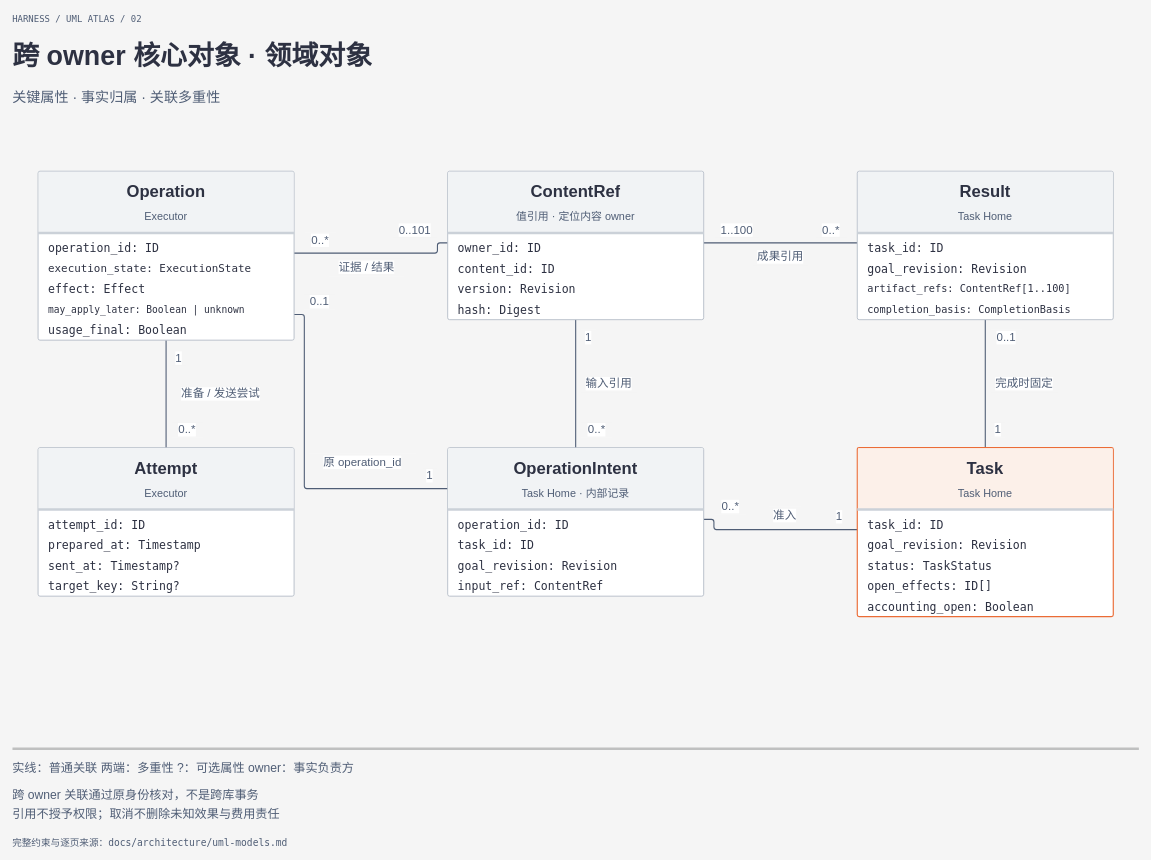
Earlier version of the draw.io diagram page "02 跨 owner 核心对象 · 领域对象" (2 of 20) of docs/architecture/diagrams/uml-models.drawio (ruipengliu/lerna). Source tidied: cells renumbered, new cells numbered last; positions are measured from the earlier drawing's top-left corner, leaving out a move shared by most shapes. Both pictures are drawn from the tidied source at 64%, with x=0, y=0 at pixel (12, 11).
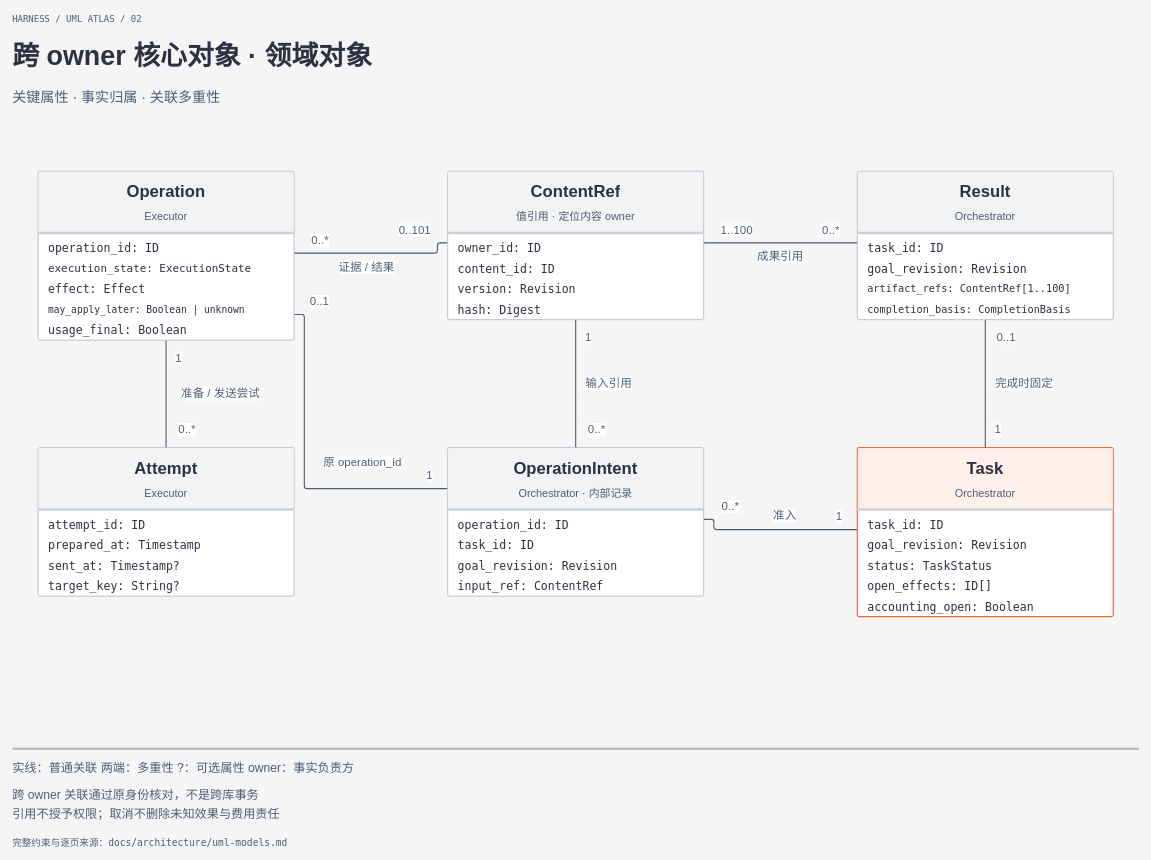
The same page after the edit.

Unchanged cells that the change refers to:
```xml
<mxCell id="33" style="rounded=1;absoluteArcSize=1;arcSize=6;fillColor=#ffffff;strokeColor=#eb6c36;strokeWidth=1.8;" parent="1" vertex="1">
  <mxGeometry x="1320" y="682" width="400" height="264" as="geometry" />
</mxCell>
<mxCell id="43" style="rounded=1;absoluteArcSize=1;arcSize=6;fillColor=#ffffff;strokeColor=#aeb7c3;strokeWidth=1.3;" parent="1" vertex="1">
  <mxGeometry x="680" y="682" width="400" height="232" as="geometry" />
</mxCell>
<mxCell id="71" style="rounded=1;absoluteArcSize=1;arcSize=6;fillColor=#ffffff;strokeColor=#aeb7c3;strokeWidth=1.3;" parent="1" vertex="1">
  <mxGeometry x="1320" y="250" width="400" height="232" as="geometry" />
</mxCell>
```

Change to the diagram source:
```diff
@@
-    <mxCell id="36" value="Task Home" style="text;html=0;whiteSpace=wrap;overflow=hidden;strokeColor=none;fillColor=none;align=center;verticalAlign=middle;spacing=0;fontFamily=Geist, PingFang SC, Microsoft YaHei;fontSize=17;fontColor=#4f5d75;fontStyle=0;" parent="33" vertex="1">
+    <mxCell id="36" value="Orchestrator" style="text;html=0;whiteSpace=wrap;overflow=hidden;strokeColor=none;fillColor=none;align=center;verticalAlign=middle;spacing=0;fontFamily=Geist, PingFang SC, Microsoft YaHei;fontSize=17;fontColor=#4f5d75;fontStyle=0;" parent="33" vertex="1">
       <mxGeometry x="16" y="60" width="368" height="24" as="geometry" />
     </mxCell>
@@
-    <mxCell id="46" value="Task Home · 内部记录" style="text;html=0;whiteSpace=wrap;overflow=hidden;strokeColor=none;fillColor=none;align=center;verticalAlign=middle;spacing=0;fontFamily=Geist, PingFang SC, Microsoft YaHei;fontSize=17;fontColor=#4f5d75;fontStyle=0;" parent="43" vertex="1">
+    <mxCell id="46" value="Orchestrator · 内部记录" style="text;html=0;whiteSpace=wrap;overflow=hidden;strokeColor=none;fillColor=none;align=center;verticalAlign=middle;spacing=0;fontFamily=Geist, PingFang SC, Microsoft YaHei;fontSize=17;fontColor=#4f5d75;fontStyle=0;" parent="43" vertex="1">
       <mxGeometry x="16" y="60" width="368" height="24" as="geometry" />
     </mxCell>
@@
-    <mxCell id="74" value="Task Home" style="text;html=0;whiteSpace=wrap;overflow=hidden;strokeColor=none;fillColor=none;align=center;verticalAlign=middle;spacing=0;fontFamily=Geist, PingFang SC, Microsoft YaHei;fontSize=17;fontColor=#4f5d75;fontStyle=0;" parent="71" vertex="1">
+    <mxCell id="74" value="Orchestrator" style="text;html=0;whiteSpace=wrap;overflow=hidden;strokeColor=none;fillColor=none;align=center;verticalAlign=middle;spacing=0;fontFamily=Geist, PingFang SC, Microsoft YaHei;fontSize=17;fontColor=#4f5d75;fontStyle=0;" parent="71" vertex="1">
       <mxGeometry x="16" y="60" width="368" height="24" as="geometry" />
     </mxCell>
```
